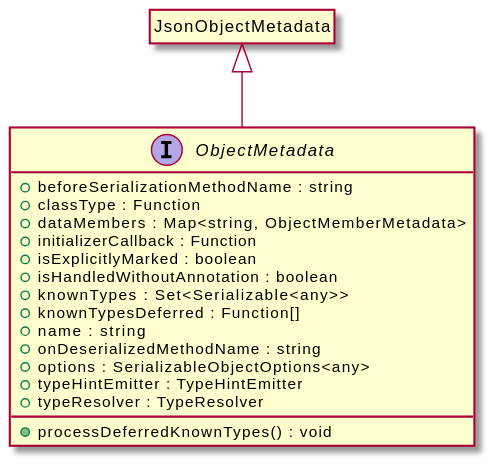
Earlier version of the PlantUML export assets/ObjectMetadata-umlClassDiagram-4337.svg (OpenHPS/openhps-core). Source of this version:
```plantuml
@startuml
skinparam BackgroundColor transparent
hide empty methods
hide empty fields
interface "ObjectMetadata" {
    +beforeSerializationMethodName : string
    +classType : Function
    +dataMembers : Map<string, ObjectMemberMetadata>
    +initializerCallback : Function
    +isExplicitlyMarked : boolean
    +isHandledWithoutAnnotation : boolean
    +knownTypes : Set<Serializable<any>>
    +knownTypesDeferred : Function[]
    +name : string
    +onDeserializedMethodName : string
    +options : SerializableObjectOptions<any>
    +typeHintEmitter : TypeHintEmitter
    +typeResolver : TypeResolver
    +processDeferredKnownTypes() : void
}
class "JsonObjectMetadata"
hide "JsonObjectMetadata" circle
"JsonObjectMetadata" <|-- "ObjectMetadata"
@enduml
```
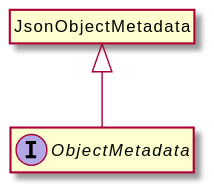
Later version of the same file.

What changed in the source:
```diff
@@ -3,20 +3,6 @@
 hide empty methods
 hide empty fields
 interface "ObjectMetadata" {
-    +beforeSerializationMethodName : string
-    +classType : Function
-    +dataMembers : Map<string, ObjectMemberMetadata>
-    +initializerCallback : Function
-    +isExplicitlyMarked : boolean
-    +isHandledWithoutAnnotation : boolean
-    +knownTypes : Set<Serializable<any>>
-    +knownTypesDeferred : Function[]
-    +name : string
-    +onDeserializedMethodName : string
-    +options : SerializableObjectOptions<any>
-    +typeHintEmitter : TypeHintEmitter
-    +typeResolver : TypeResolver
-    +processDeferredKnownTypes() : void
 }
 class "JsonObjectMetadata"
 hide "JsonObjectMetadata" circle
```
